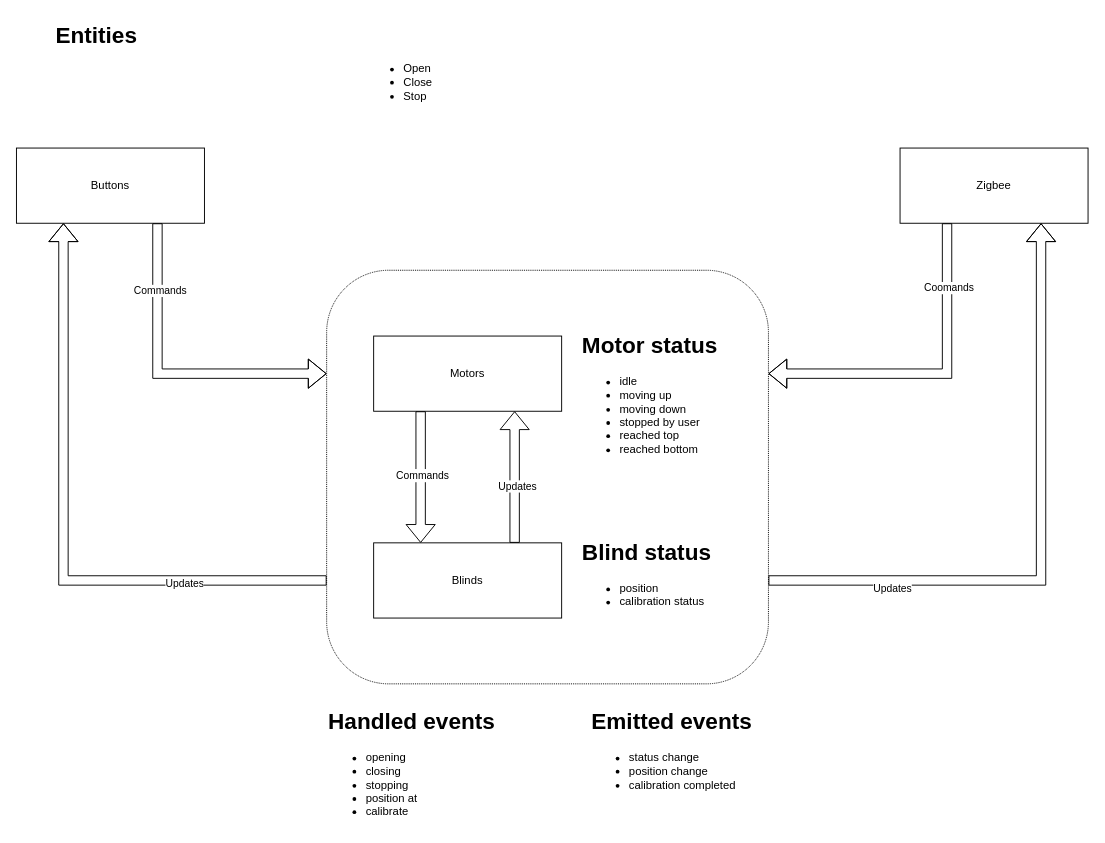
Earlier version of the draw.io diagram docs/Blinds Controller.drawio (luckyp70/blinds-controller). Source tidied: cells renumbered, new cells numbered last; positions are measured from the earlier drawing's top-left corner, leaving out a move shared by most shapes. Both pictures are drawn from the tidied source at 94%, with x=0, y=0 at pixel (16, 16).
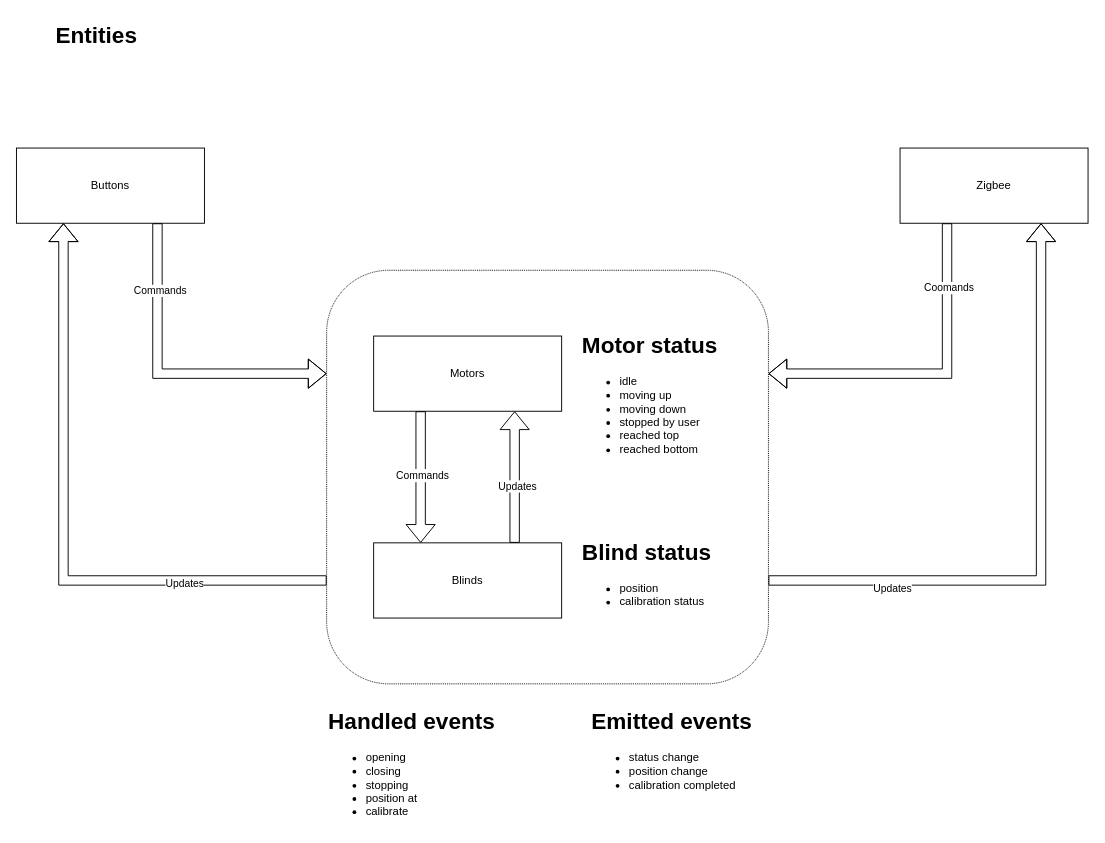
The same page after the edit.

Commit message (it also covers changes not shown here):
Enhance Zigbee Integration and Event Handling for Blinds Controller

Diff of the diagram source:
```diff
@@
-    <mxCell id="9" value="&lt;ul&gt;&lt;li&gt;Open&lt;/li&gt;&lt;li&gt;Close&lt;/li&gt;&lt;li&gt;Stop&lt;/li&gt;&lt;/ul&gt;&lt;p&gt;&lt;/p&gt;" style="text;html=1;whiteSpace=wrap;overflow=hidden;rounded=0;" parent="1" vertex="1">
-      <mxGeometry x="370" y="30" width="190" height="80" as="geometry" />
-    </mxCell>
```
